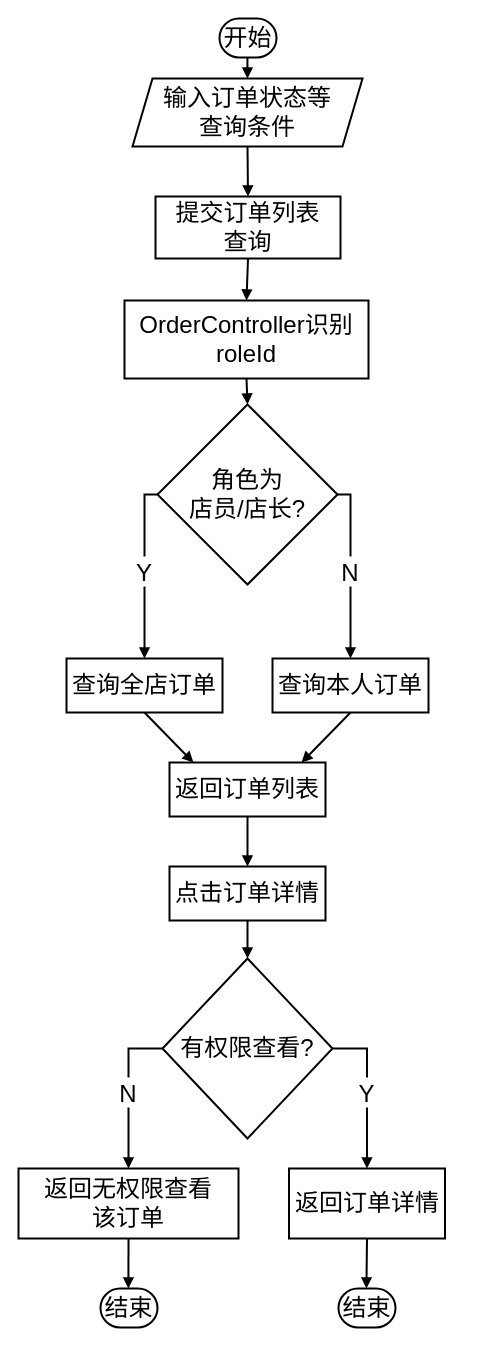
Before: 订单列表功能流程图.drawio in LichCarlos/darwIo, a draw.io diagram. Source tidied: cells renumbered, new cells numbered last; positions are measured from the earlier drawing's top-left corner, leaving out a move shared by most shapes. Both pictures are drawn from the tidied source at 100%, with x=0, y=0 at pixel (18, -500).
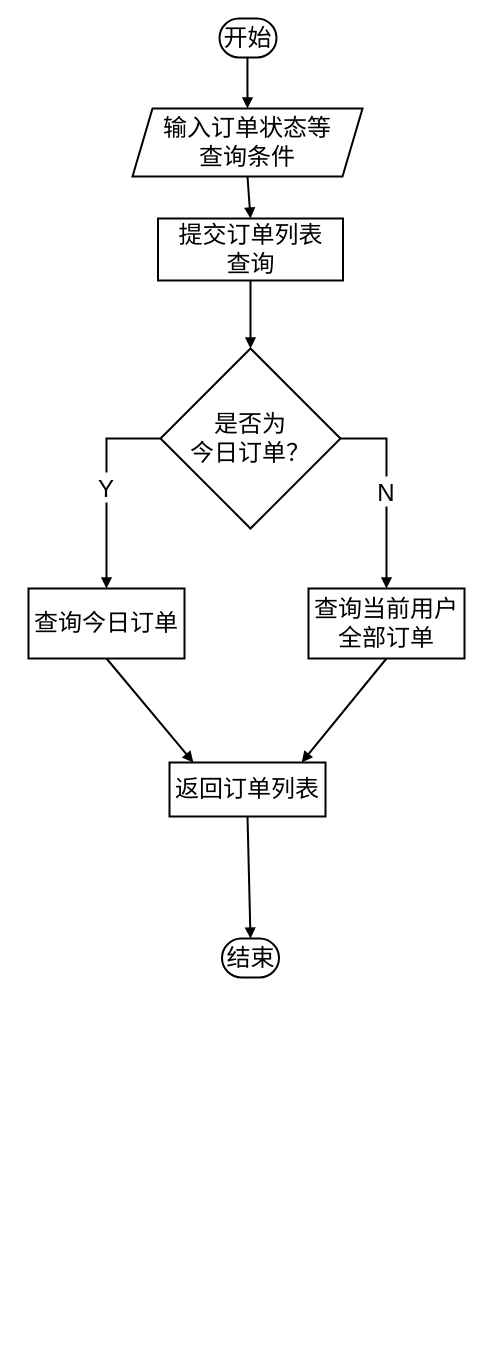
Above is the later version.

Commit message:
更新订单列表功能流程图.drawio

Unchanged cells that the change refers to:
```xml
<mxCell id="12" value="返回订单列表" style="whiteSpace=wrap;strokeWidth=2;fontSize=24;" parent="1" vertex="1">
  <mxGeometry x="151" y="1262" width="156" height="54" as="geometry" />
</mxCell>
```

The edit, as a diff of the source:
```diff
@@
     <mxCell id="6" value="输入订单状态等&#10;查询条件" style="shape=parallelogram;perimeter=parallelogramPerimeter;fixedSize=1;strokeWidth=2;whiteSpace=wrap;fontSize=24;" parent="1" vertex="1">
-      <mxGeometry x="114" y="578" width="230" height="68" as="geometry" />
+      <mxGeometry x="114" y="608" width="230" height="68" as="geometry" />
     </mxCell>
     <mxCell id="7" value="提交订单列表&#10;查询" style="whiteSpace=wrap;strokeWidth=2;fontSize=24;" parent="1" vertex="1">
-      <mxGeometry x="137" y="696" width="185" height="62" as="geometry" />
+      <mxGeometry x="139.5" y="718" width="185" height="62" as="geometry" />
     </mxCell>
-    <mxCell id="8" value="OrderController识别roleId" style="whiteSpace=wrap;strokeWidth=2;fontSize=24;" parent="1" vertex="1">
-      <mxGeometry x="106" y="800" width="244" height="78" as="geometry" />
-    </mxCell>
-    <mxCell id="9" value="角色为&#10;店员/店长?" style="rhombus;strokeWidth=2;whiteSpace=wrap;fontSize=24;" parent="1" vertex="1">
-      <mxGeometry x="139" y="904" width="180" height="180" as="geometry" />
+    <mxCell id="9" value="是否为&#10;今日订单？" style="rhombus;strokeWidth=2;whiteSpace=wrap;fontSize=24;" parent="1" vertex="1">
+      <mxGeometry x="142" y="848" width="180" height="180" as="geometry" />
     </mxCell>
-    <mxCell id="10" value="查询全店订单" style="whiteSpace=wrap;strokeWidth=2;fontSize=24;" parent="1" vertex="1">
-      <mxGeometry x="48" y="1158" width="156" height="54" as="geometry" />
+    <mxCell id="10" value="查询今日订单" style="whiteSpace=wrap;strokeWidth=2;fontSize=24;" parent="1" vertex="1">
+      <mxGeometry x="10" y="1088" width="156" height="70" as="geometry" />
     </mxCell>
-    <mxCell id="11" value="查询本人订单" style="whiteSpace=wrap;strokeWidth=2;fontSize=24;" parent="1" vertex="1">
-      <mxGeometry x="254" y="1158" width="156" height="54" as="geometry" />
+    <mxCell id="11" value="查询当前用户&#10;全部订单" style="whiteSpace=wrap;strokeWidth=2;fontSize=24;" parent="1" vertex="1">
+      <mxGeometry x="290" y="1088" width="156" height="70" as="geometry" />
     </mxCell>
@@
-    <mxCell id="13" value="点击订单详情" style="whiteSpace=wrap;strokeWidth=2;fontSize=24;" parent="1" vertex="1">
-      <mxGeometry x="151" y="1366" width="156" height="54" as="geometry" />
-    </mxCell>
-    <mxCell id="14" value="有权限查看?" style="rhombus;strokeWidth=2;whiteSpace=wrap;fontSize=24;" parent="1" vertex="1">
-      <mxGeometry x="144" y="1458" width="170" height="180" as="geometry" />
-    </mxCell>
-    <mxCell id="15" value="返回无权限查看&#10;该订单" style="whiteSpace=wrap;strokeWidth=2;fontSize=24;" parent="1" vertex="1">
-      <mxGeometry y="1668" width="220" height="70" as="geometry" />
-    </mxCell>
-    <mxCell id="16" value="结束" style="rounded=1;whiteSpace=wrap;arcSize=50;strokeWidth=2;fontSize=24;" parent="1" vertex="1">
-      <mxGeometry x="82" y="1788" width="57" height="39" as="geometry" />
-    </mxCell>
-    <mxCell id="17" value="返回订单详情" style="whiteSpace=wrap;strokeWidth=2;fontSize=24;" parent="1" vertex="1">
-      <mxGeometry x="270.5" y="1668" width="156" height="70" as="geometry" />
-    </mxCell>
     <mxCell id="18" value="结束" style="rounded=1;whiteSpace=wrap;arcSize=50;strokeWidth=2;fontSize=24;" parent="1" vertex="1">
-      <mxGeometry x="320" y="1788" width="57" height="39" as="geometry" />
+      <mxGeometry x="203.5" y="1438" width="57" height="39" as="geometry" />
     </mxCell>
@@
-    <mxCell id="21" style="curved=1;startArrow=none;endArrow=block;strokeWidth=2;exitX=0.5;exitY=1;entryX=0.5;entryY=0;rounded=0;fontSize=24;" parent="1" edge="1" source="7" target="8">
+    <mxCell id="21" style="curved=1;startArrow=none;endArrow=block;strokeWidth=2;exitX=0.5;exitY=1;entryX=0.5;entryY=0;rounded=0;fontSize=24;entryDx=0;entryDy=0;" parent="1" edge="1" source="7" target="9">
       <mxGeometry relative="1" as="geometry" />
     </mxCell>
-    <mxCell id="22" style="curved=1;startArrow=none;endArrow=block;strokeWidth=2;exitX=0.5;exitY=1;entryX=0.5;entryY=0;rounded=0;fontSize=24;" parent="1" edge="1" source="8" target="9">
-      <mxGeometry relative="1" as="geometry" />
-    </mxCell>
@@
-    <mxCell id="27" style="curved=1;startArrow=none;endArrow=block;strokeWidth=2;exitX=0.5;exitY=1.01;entryX=0.5;entryY=0.01;rounded=0;fontSize=24;" parent="1" edge="1" source="12" target="13">
+    <mxCell id="27" style="curved=1;startArrow=none;endArrow=block;strokeWidth=2;exitX=0.5;exitY=1.01;entryX=0.5;entryY=0;rounded=0;fontSize=24;entryDx=0;entryDy=0;" parent="1" edge="1" source="12" target="18">
       <mxGeometry relative="1" as="geometry" />
     </mxCell>
-    <mxCell id="28" style="curved=1;startArrow=none;endArrow=block;strokeWidth=2;exitX=0.5;exitY=1.01;entryX=0.5;entryY=0;rounded=0;fontSize=24;" parent="1" edge="1" source="13" target="14">
-      <mxGeometry relative="1" as="geometry" />
-    </mxCell>
-    <mxCell id="29" value="N" style="startArrow=none;endArrow=block;strokeWidth=2;exitX=0;exitY=0.5;entryX=0.5;entryY=0;rounded=0;fontSize=24;exitDx=0;exitDy=0;edgeStyle=orthogonalEdgeStyle;" parent="1" edge="1" source="14" target="15">
-      <mxGeometry relative="1" as="geometry" />
-    </mxCell>
-    <mxCell id="30" style="curved=1;startArrow=none;endArrow=block;strokeWidth=2;exitX=0.5;exitY=1;entryX=0.49;entryY=0;rounded=0;fontSize=24;" parent="1" edge="1" source="15" target="16">
-      <mxGeometry relative="1" as="geometry" />
-    </mxCell>
-    <mxCell id="31" value="Y" style="startArrow=none;endArrow=block;strokeWidth=2;exitX=1;exitY=0.5;entryX=0.5;entryY=0;rounded=0;fontSize=24;exitDx=0;exitDy=0;edgeStyle=orthogonalEdgeStyle;" parent="1" edge="1" source="14" target="17">
-      <mxGeometry relative="1" as="geometry" />
-    </mxCell>
-    <mxCell id="32" style="curved=1;startArrow=none;endArrow=block;strokeWidth=2;exitX=0.5;exitY=1;entryX=0.49;entryY=0;rounded=0;fontSize=24;" parent="1" edge="1" source="17" target="18">
-      <mxGeometry relative="1" as="geometry" />
-    </mxCell>
```
